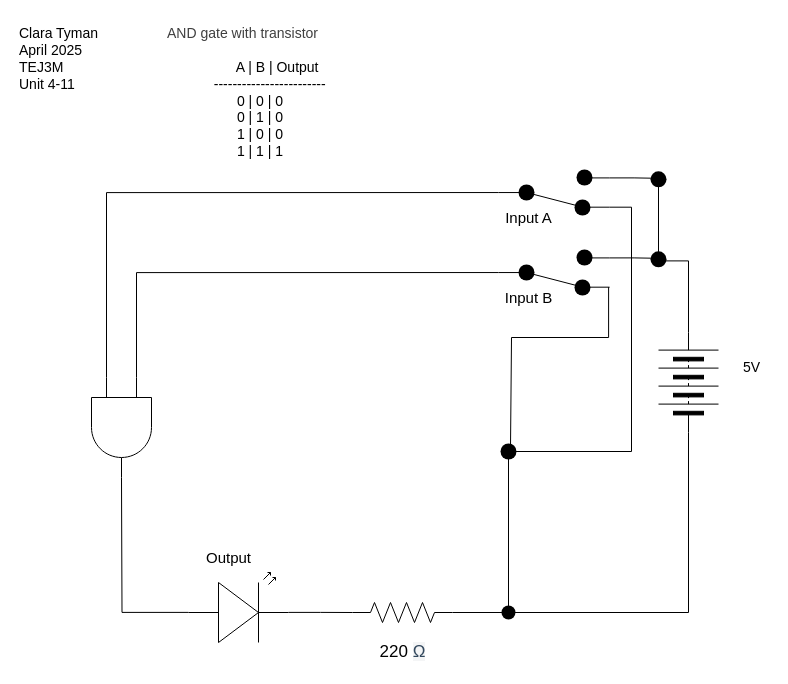
Above: unit4-11/unit-4-11.drawio in clara-tyman2/TEJ3M---Unit-4 (draw.io), before the change. Source tidied: cells renumbered, new cells numbered last; positions are measured from the earlier drawing's top-left corner, leaving out a move shared by most shapes. Both pictures are drawn from the tidied source at 100%, with x=0, y=0 at pixel (17, 17).
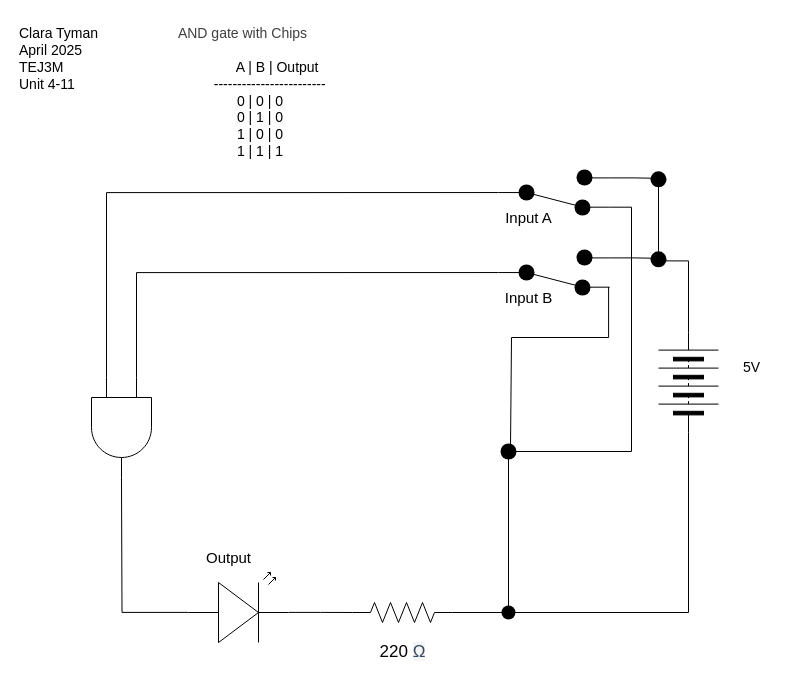
After the change.

The edit, as a diff of the source:
```diff
@@
-    <mxCell id="16" value="&lt;div&gt;&lt;span style=&quot;background-color: transparent; color: rgb(63, 63, 63);&quot;&gt;AND gate with transistor&lt;/span&gt;&lt;/div&gt;&lt;div&gt;&lt;br&gt;&lt;/div&gt;&lt;div&gt;&amp;nbsp; &amp;nbsp; &amp;nbsp; &amp;nbsp; &amp;nbsp; &amp;nbsp; &amp;nbsp; &amp;nbsp; &amp;nbsp; A | B | Output&lt;/div&gt;&lt;div&gt;&amp;nbsp; &amp;nbsp; &amp;nbsp; &amp;nbsp; &amp;nbsp; &amp;nbsp; &amp;nbsp; ------------------------&lt;/div&gt;&lt;div&gt;&amp;nbsp; &amp;nbsp; &amp;nbsp; &amp;nbsp; &amp;nbsp;0 | 0 | 0&lt;/div&gt;&lt;div&gt;&amp;nbsp; &amp;nbsp; &amp;nbsp; &amp;nbsp; &amp;nbsp;0 | 1 | 0&lt;/div&gt;&lt;div&gt;&amp;nbsp; &amp;nbsp; &amp;nbsp; &amp;nbsp; &amp;nbsp;1 | 0 | 0&lt;/div&gt;&lt;div&gt;&amp;nbsp; &amp;nbsp; &amp;nbsp; &amp;nbsp; &amp;nbsp;1 | 1 | 1&lt;/div&gt;" style="text;html=1;align=center;verticalAlign=middle;strokeColor=none;fillColor=none;strokeWidth=7;fontSize=14;" parent="1" vertex="1">
+    <mxCell id="16" value="&lt;div&gt;&lt;span style=&quot;background-color: transparent; color: rgb(63, 63, 63);&quot;&gt;AND gate with Chips&lt;/span&gt;&lt;/div&gt;&lt;div&gt;&lt;br&gt;&lt;/div&gt;&lt;div&gt;&amp;nbsp; &amp;nbsp; &amp;nbsp; &amp;nbsp; &amp;nbsp; &amp;nbsp; &amp;nbsp; &amp;nbsp; &amp;nbsp; A | B | Output&lt;/div&gt;&lt;div&gt;&amp;nbsp; &amp;nbsp; &amp;nbsp; &amp;nbsp; &amp;nbsp; &amp;nbsp; &amp;nbsp; ------------------------&lt;/div&gt;&lt;div&gt;&amp;nbsp; &amp;nbsp; &amp;nbsp; &amp;nbsp; &amp;nbsp;0 | 0 | 0&lt;/div&gt;&lt;div&gt;&amp;nbsp; &amp;nbsp; &amp;nbsp; &amp;nbsp; &amp;nbsp;0 | 1 | 0&lt;/div&gt;&lt;div&gt;&amp;nbsp; &amp;nbsp; &amp;nbsp; &amp;nbsp; &amp;nbsp;1 | 0 | 0&lt;/div&gt;&lt;div&gt;&amp;nbsp; &amp;nbsp; &amp;nbsp; &amp;nbsp; &amp;nbsp;1 | 1 | 1&lt;/div&gt;" style="text;html=1;align=center;verticalAlign=middle;strokeColor=none;fillColor=none;strokeWidth=7;fontSize=14;" parent="1" vertex="1">
       <mxGeometry x="130" width="190" height="150" as="geometry" />
     </mxCell>
```
